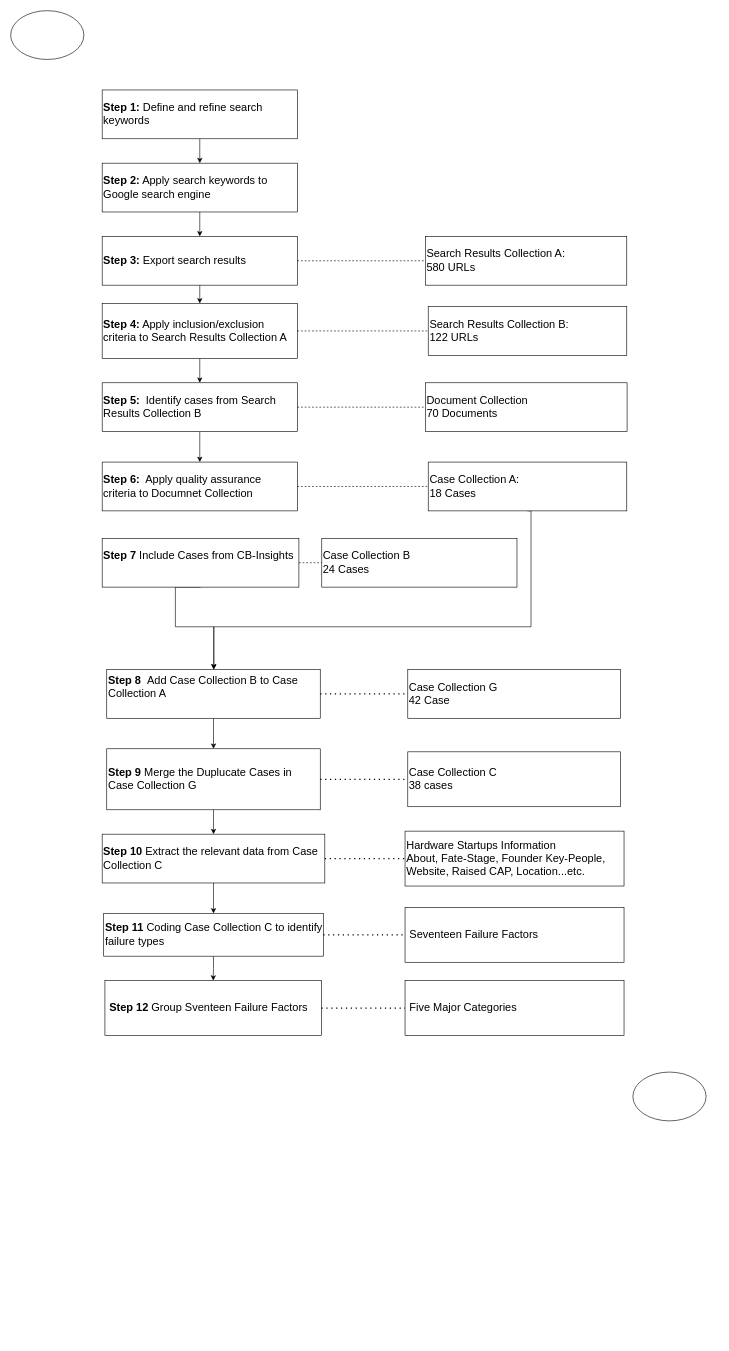
This is Diagrams/Diagram.drawio from HeiderJeffer/Gilgamesh, a draw.io file, before an edit. Source tidied: cells renumbered, new cells numbered last; positions are measured from the earlier drawing's top-left corner, leaving out a move shared by most shapes. Both pictures are drawn from the tidied source at 61%, with x=0, y=0 at pixel (10, 10).
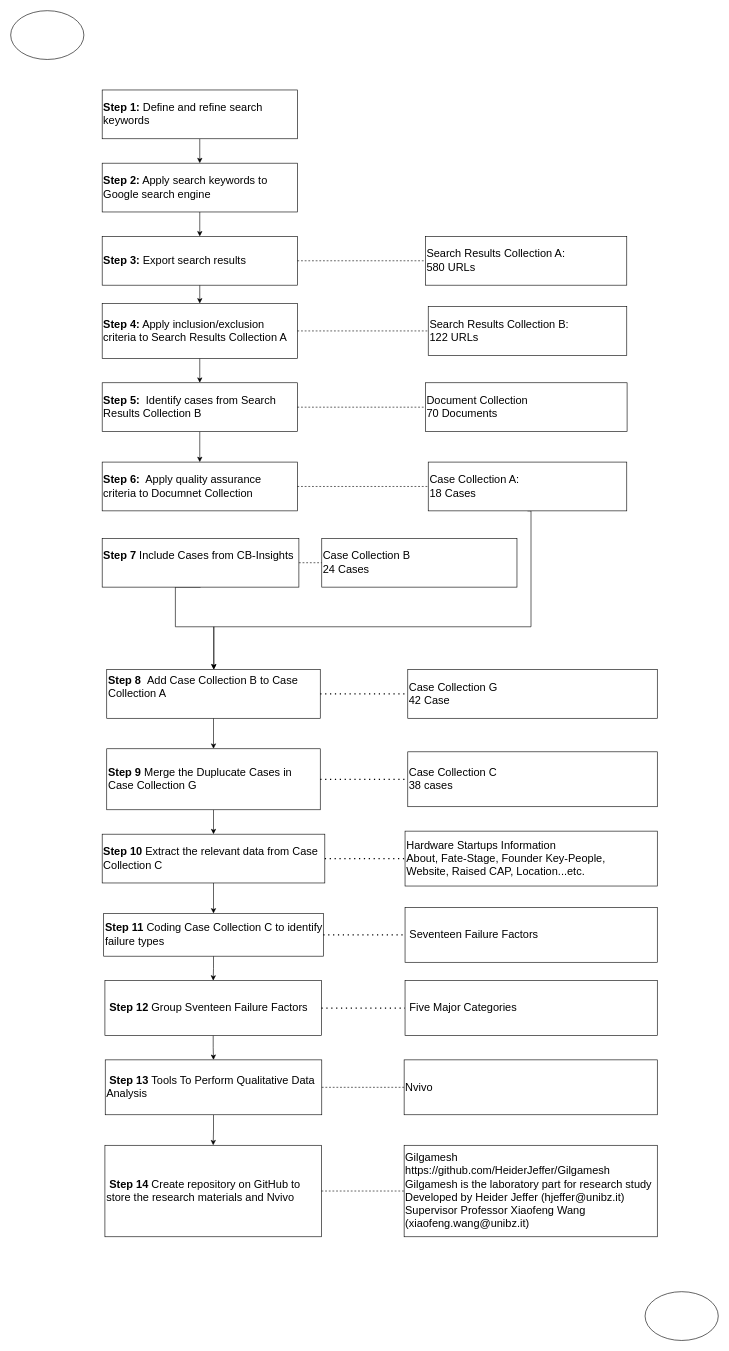
Above is the later version.

Unchanged cells that the change refers to:
```xml
<mxCell id="17" value="&lt;font style=&quot;font-size: 18px&quot;&gt;&lt;b&gt;&amp;nbsp;Step 12&amp;nbsp;&lt;/b&gt;Group Sventeen Failure Factors&lt;br&gt;&lt;/font&gt;" style="rounded=0;whiteSpace=wrap;html=1;align=left;" parent="1" vertex="1">
  <mxGeometry x="154.5" y="1590" width="355" height="90" as="geometry" />
</mxCell>
```

Diff of the diagram source:
```diff
@@
+    <mxCell id="47" style="edgeStyle=orthogonalEdgeStyle;rounded=0;jettySize=auto;html=1;exitX=0.5;exitY=1;exitDx=0;exitDy=0;entryX=0.5;entryY=0;entryDx=0;entryDy=0;" parent="1" edge="1" source="17" target="49">
+      <mxGeometry relative="1" as="geometry" />
+    </mxCell>
@@
     <mxCell id="30" style="ellipse;whiteSpace=wrap;html=1;" parent="1" vertex="1">
-      <mxGeometry x="1020" y="1740" width="120" height="80" as="geometry" />
+      <mxGeometry x="1040" y="2100" width="120" height="80" as="geometry" />
     </mxCell>
     <mxCell id="31" value="&lt;span style=&quot;font-size: 18px&quot;&gt;Case Collection G&lt;br&gt;&lt;/span&gt;&lt;span style=&quot;font-size: 18px&quot;&gt;42 Case&lt;/span&gt;&lt;span style=&quot;font-size: 18px&quot;&gt;&lt;br&gt;&lt;/span&gt;" style="rounded=0;whiteSpace=wrap;html=1;align=left;" parent="1" vertex="1">
-      <mxGeometry x="651" y="1080" width="349" height="80" as="geometry" />
+      <mxGeometry x="651" y="1080" width="409" height="80" as="geometry" />
     </mxCell>
     <mxCell id="32" value="&lt;span style=&quot;font-size: 18px&quot;&gt;Case Collection C&lt;br&gt;&lt;/span&gt;&lt;span style=&quot;font-size: 18px&quot;&gt;38 cases&lt;/span&gt;&lt;span style=&quot;font-size: 18px&quot;&gt;&lt;br&gt;&lt;/span&gt;" style="rounded=0;whiteSpace=wrap;html=1;align=left;" parent="1" vertex="1">
-      <mxGeometry x="651" y="1215" width="349" height="90" as="geometry" />
+      <mxGeometry x="651" y="1215" width="409" height="90" as="geometry" />
     </mxCell>
     <mxCell id="33" value="&lt;span style=&quot;font-size: 18px&quot;&gt;Hardware Startups Information&lt;br&gt;About, Fate-Stage, Founder Key-People,&lt;/span&gt;&lt;br&gt;&lt;span style=&quot;font-size: 18px&quot;&gt;Website, Raised CAP, Location...etc.&lt;/span&gt;" style="rounded=0;whiteSpace=wrap;html=1;align=left;" parent="1" vertex="1">
-      <mxGeometry x="646.5" y="1345" width="359" height="90" as="geometry" />
+      <mxGeometry x="646.5" y="1345" width="413.5" height="90" as="geometry" />
     </mxCell>
     <mxCell id="34" value="&lt;span style=&quot;font-size: 18px&quot;&gt;&amp;nbsp;Seventeen Failure Factors&lt;/span&gt;" style="rounded=0;whiteSpace=wrap;html=1;align=left;" parent="1" vertex="1">
-      <mxGeometry x="646.5" y="1470" width="359" height="90" as="geometry" />
+      <mxGeometry x="646.5" y="1470" width="413.5" height="90" as="geometry" />
     </mxCell>
     <mxCell id="35" value="&lt;span style=&quot;font-size: 18px&quot;&gt;&amp;nbsp;Five Major Categories&amp;nbsp;&lt;/span&gt;&lt;span style=&quot;font-size: 18px&quot;&gt;&lt;br&gt;&lt;/span&gt;" style="rounded=0;whiteSpace=wrap;html=1;align=left;" parent="1" vertex="1">
-      <mxGeometry x="646.5" y="1590" width="359" height="90" as="geometry" />
+      <mxGeometry x="646.5" y="1590" width="413.5" height="90" as="geometry" />
     </mxCell>
@@
+    <mxCell id="48" style="edgeStyle=orthogonalEdgeStyle;rounded=0;jettySize=auto;html=1;exitX=0.5;exitY=1;exitDx=0;exitDy=0;" parent="1" edge="1" source="49" target="52">
+      <mxGeometry relative="1" as="geometry" />
+    </mxCell>
+    <mxCell id="49" value="&lt;font&gt;&lt;b style=&quot;font-size: 18px&quot;&gt;&amp;nbsp;Step 13&amp;nbsp;&lt;/b&gt;&lt;span style=&quot;font-size: 18px&quot;&gt;Tools To Perform Qualitative Data Analysis&lt;/span&gt;&lt;br&gt;&lt;/font&gt;" style="rounded=0;whiteSpace=wrap;html=1;align=left;" parent="1" vertex="1">
+      <mxGeometry x="155" y="1720" width="355" height="90" as="geometry" />
+    </mxCell>
+    <mxCell id="50" value="&lt;font&gt;&lt;span style=&quot;font-size: 18px&quot;&gt;Nvivo&lt;/span&gt;&lt;br&gt;&lt;/font&gt;" style="rounded=0;whiteSpace=wrap;html=1;align=left;" parent="1" vertex="1">
+      <mxGeometry x="645" y="1720" width="415" height="90" as="geometry" />
+    </mxCell>
+    <mxCell id="51" style="endArrow=none;dashed=1;html=1;rounded=0;exitX=1;exitY=0.5;exitDx=0;exitDy=0;" parent="1" edge="1" source="49" target="50">
+      <mxGeometry relative="1" as="geometry" />
+    </mxCell>
+    <mxCell id="52" value="&lt;font&gt;&lt;span style=&quot;font-size: 18px&quot;&gt;&lt;b&gt;&amp;nbsp;Step 14&lt;/b&gt;&amp;nbsp;&lt;/span&gt;&lt;span style=&quot;font-size: 18px&quot;&gt;Create repository on GitHub to store the research materials and Nvivo&lt;/span&gt;&lt;br&gt;&lt;/font&gt;" style="rounded=0;whiteSpace=wrap;html=1;align=left;" parent="1" vertex="1">
+      <mxGeometry x="154.5" y="1860" width="355" height="150" as="geometry" />
+    </mxCell>
+    <mxCell id="53" value="&lt;div&gt;&lt;span style=&quot;font-size: 18px&quot;&gt;Gilgamesh&lt;/span&gt;&lt;/div&gt;&lt;div&gt;&lt;span style=&quot;font-size: 18px&quot;&gt;https://github.com/HeiderJeffer/Gilgamesh&lt;/span&gt;&lt;/div&gt;&lt;div&gt;&lt;span style=&quot;font-size: 18px&quot;&gt;Gilgamesh is the laboratory part for research study&lt;/span&gt;&lt;/div&gt;&lt;div&gt;&lt;span style=&quot;font-size: 18px&quot;&gt;Developed by Heider Jeffer (hjeffer@unibz.it)&lt;/span&gt;&lt;/div&gt;&lt;div&gt;&lt;span style=&quot;font-size: 18px&quot;&gt;Supervisor Professor Xiaofeng Wang (xiaofeng.wang@unibz.it)&lt;/span&gt;&lt;/div&gt;" style="rounded=0;whiteSpace=wrap;html=1;align=left;" parent="1" vertex="1">
+      <mxGeometry x="645" y="1860" width="415" height="150" as="geometry" />
+    </mxCell>
+    <mxCell id="54" style="endArrow=none;dashed=1;html=1;rounded=0;fontSize=10;exitX=1;exitY=0.5;exitDx=0;exitDy=0;entryX=0;entryY=0.5;entryDx=0;entryDy=0;" parent="1" edge="1" source="52" target="53">
+      <mxGeometry relative="1" as="geometry" />
+    </mxCell>
```
